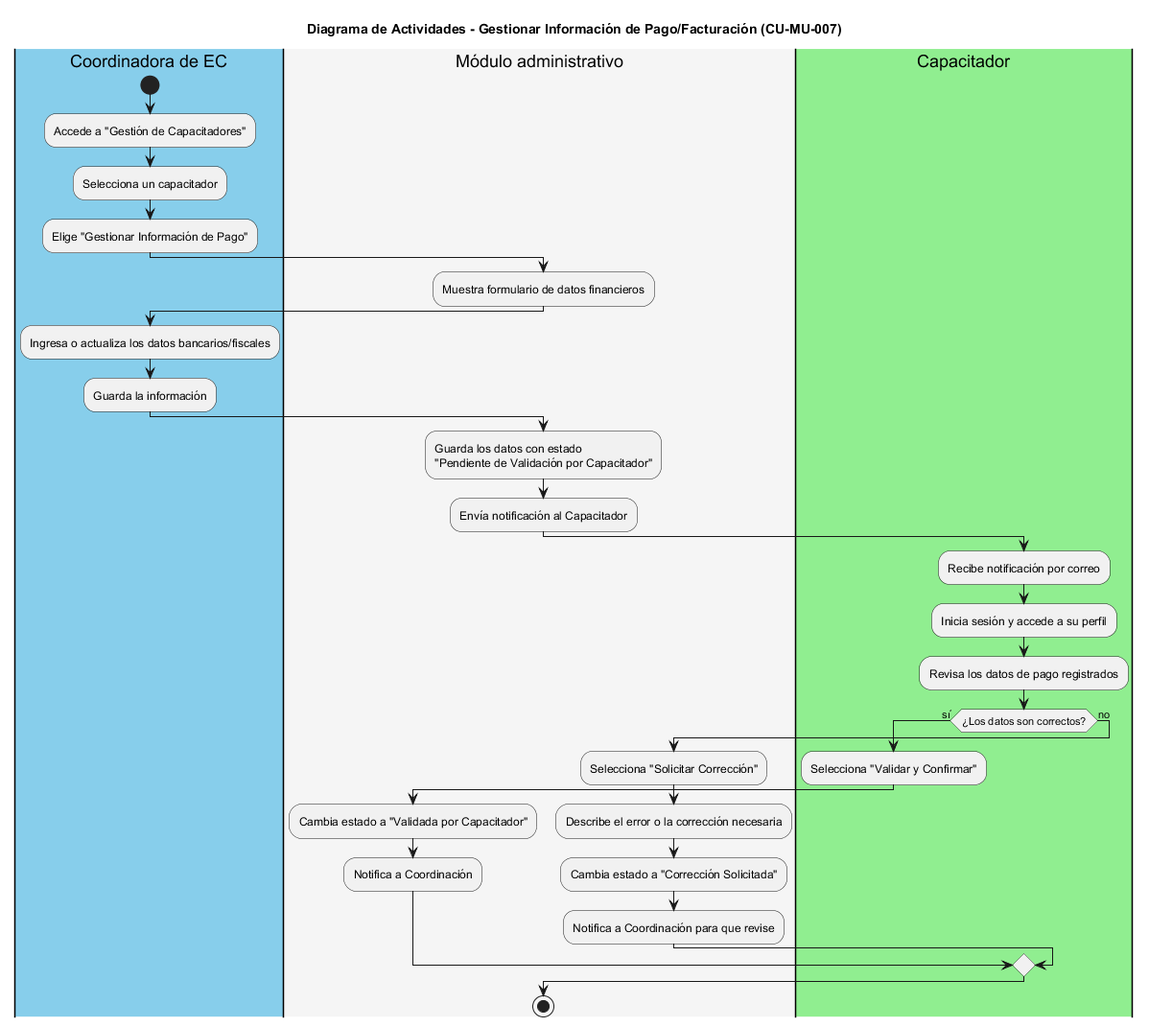
Earlier version of the PlantUML export img/CU-MU-007_Gestionar_Info_Pago.png (iKinoo/baby-salesforce-admin-module).
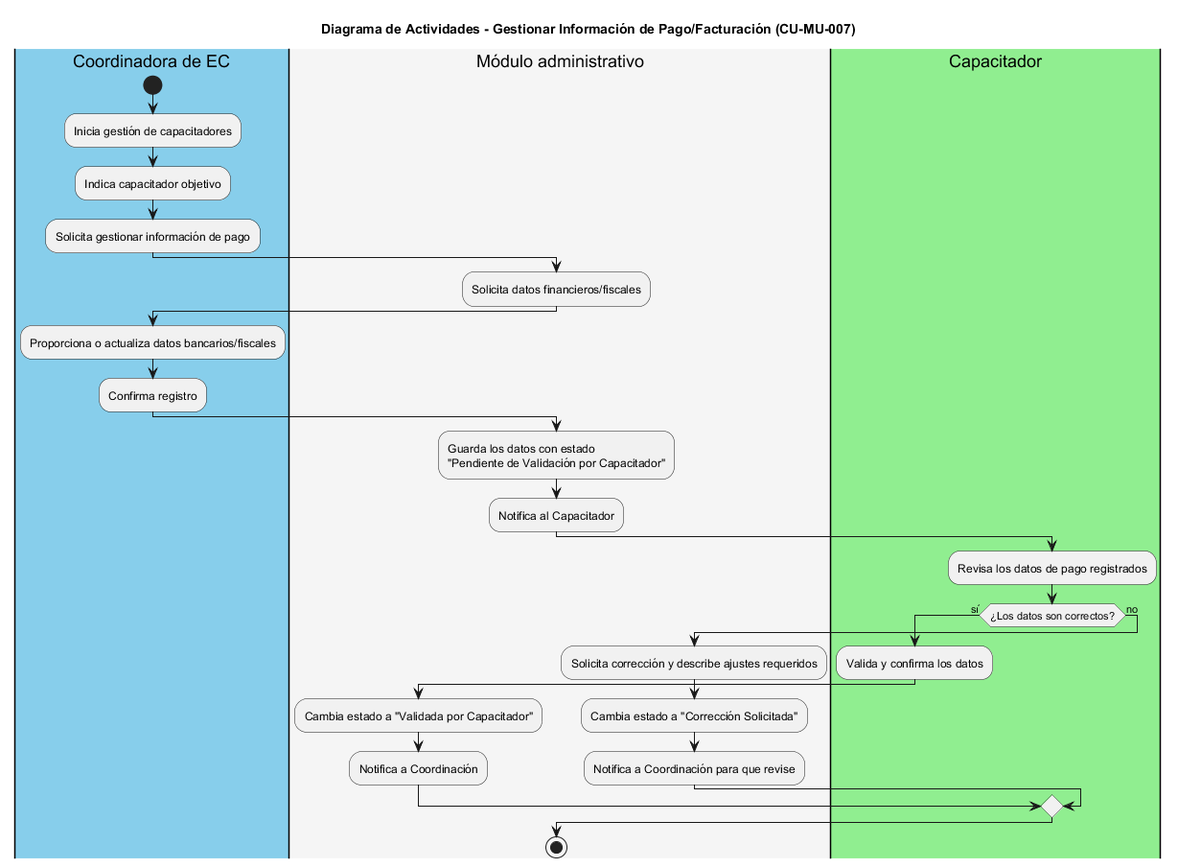
After the change.

Change to the diagram source:
```diff
@@ -1,36 +1,33 @@
-@startuml
+@startuml CU-MU-007_Gestionar_Info_Pago
 title Diagrama de Actividades - Gestionar Información de Pago/Facturación (CU-MU-007)
 
 |#skyblue|Coordinadora de EC|
 start
-:Accede a "Gestión de Capacitadores";
-:Selecciona un capacitador;
-:Elige "Gestionar Información de Pago";
+:Inicia gestión de capacitadores;
+:Indica capacitador objetivo;
+:Solicita gestionar información de pago;
 
 |#whitesmoke|Módulo administrativo|
-:Muestra formulario de datos financieros;
+:Solicita datos financieros/fiscales;
 
 |#skyblue|Coordinadora de EC|
-:Ingresa o actualiza los datos bancarios/fiscales;
-:Guarda la información;
+:Proporciona o actualiza datos bancarios/fiscales;
+:Confirma registro;
 
 |#whitesmoke|Módulo administrativo|
 :Guarda los datos con estado
 "Pendiente de Validación por Capacitador";
-:Envía notificación al Capacitador;
+:Notifica al Capacitador;
 
 |#lightgreen|Capacitador|
-:Recibe notificación por correo;
-:Inicia sesión y accede a su perfil;
 :Revisa los datos de pago registrados;
 if (¿Los datos son correctos?) then (sí)
-  :Selecciona "Validar y Confirmar";
+  :Valida y confirma los datos;
   |#whitesmoke|Módulo administrativo|
   :Cambia estado a "Validada por Capacitador";
   :Notifica a Coordinación;
 else (no)
-  :Selecciona "Solicitar Corrección";
-  :Describe el error o la corrección necesaria;
+  :Solicita corrección y describe ajustes requeridos;
   |#whitesmoke|Módulo administrativo|
   :Cambia estado a "Corrección Solicitada";
   :Notifica a Coordinación para que revise;
```
